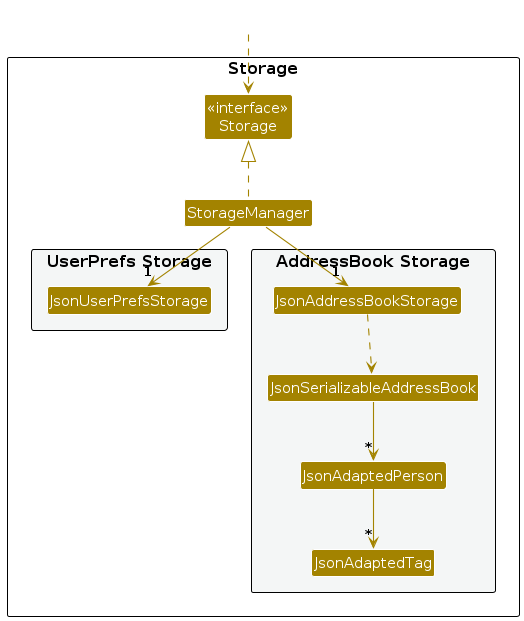
Earlier version of the PlantUML export diagrams/StorageClassDiagram.png (AY2627S1-CS2103T-T13-2/tp). Its source is kept beside it as diagrams/StorageClassDiagram.puml.
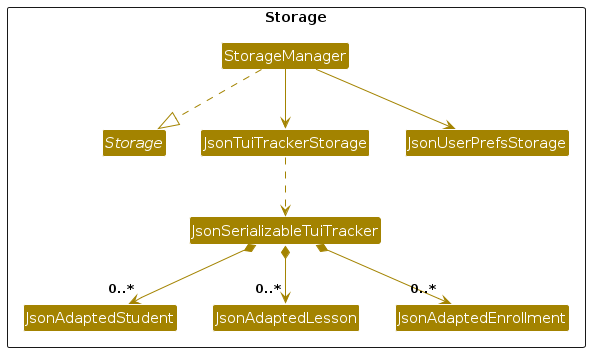
Later version of the same file.

The edit, as a diff of the source:
```diff
@@ -1,36 +1,24 @@
 @startuml
 !include style.puml
-skinparam arrowThickness 1.1
+skinparam classBackgroundColor STORAGE_COLOR
 skinparam arrowColor STORAGE_COLOR
-skinparam classBackgroundColor STORAGE_COLOR
 
-package Storage as StoragePackage {
-
-Class "<<interface>>\nStorage" as Storage
-Class StorageManager
-
-package "UserPrefs Storage" #F4F6F6{
-Class JsonUserPrefsStorage
+package Storage <<Rectangle>> {
+interface "Storage" as StorageApi
+class StorageManager
+class JsonTuiTrackerStorage
+class JsonUserPrefsStorage
+class JsonSerializableTuiTracker
+class JsonAdaptedStudent
+class JsonAdaptedLesson
+class JsonAdaptedEnrollment
 }
 
-package "AddressBook Storage" #F4F6F6{
-Class JsonAddressBookStorage
-Class JsonSerializableAddressBook
-Class JsonAdaptedPerson
-Class JsonAdaptedTag
-}
-
-}
-
-Class HiddenOutside #FFFFFF
-HiddenOutside ..> Storage
-
-StorageManager .up.|> Storage
-StorageManager -down-> "1" JsonUserPrefsStorage
-StorageManager -down-> "1" JsonAddressBookStorage
-
-JsonAddressBookStorage ..> JsonSerializableAddressBook
-JsonSerializableAddressBook --> "*" JsonAdaptedPerson
-JsonAdaptedPerson --> "*" JsonAdaptedTag
-
+StorageManager ..|> StorageApi
+StorageManager --> JsonTuiTrackerStorage
+StorageManager --> JsonUserPrefsStorage
+JsonTuiTrackerStorage ..> JsonSerializableTuiTracker
+JsonSerializableTuiTracker *--> "0..*" JsonAdaptedStudent
+JsonSerializableTuiTracker *--> "0..*" JsonAdaptedLesson
+JsonSerializableTuiTracker *--> "0..*" JsonAdaptedEnrollment
 @enduml
```
